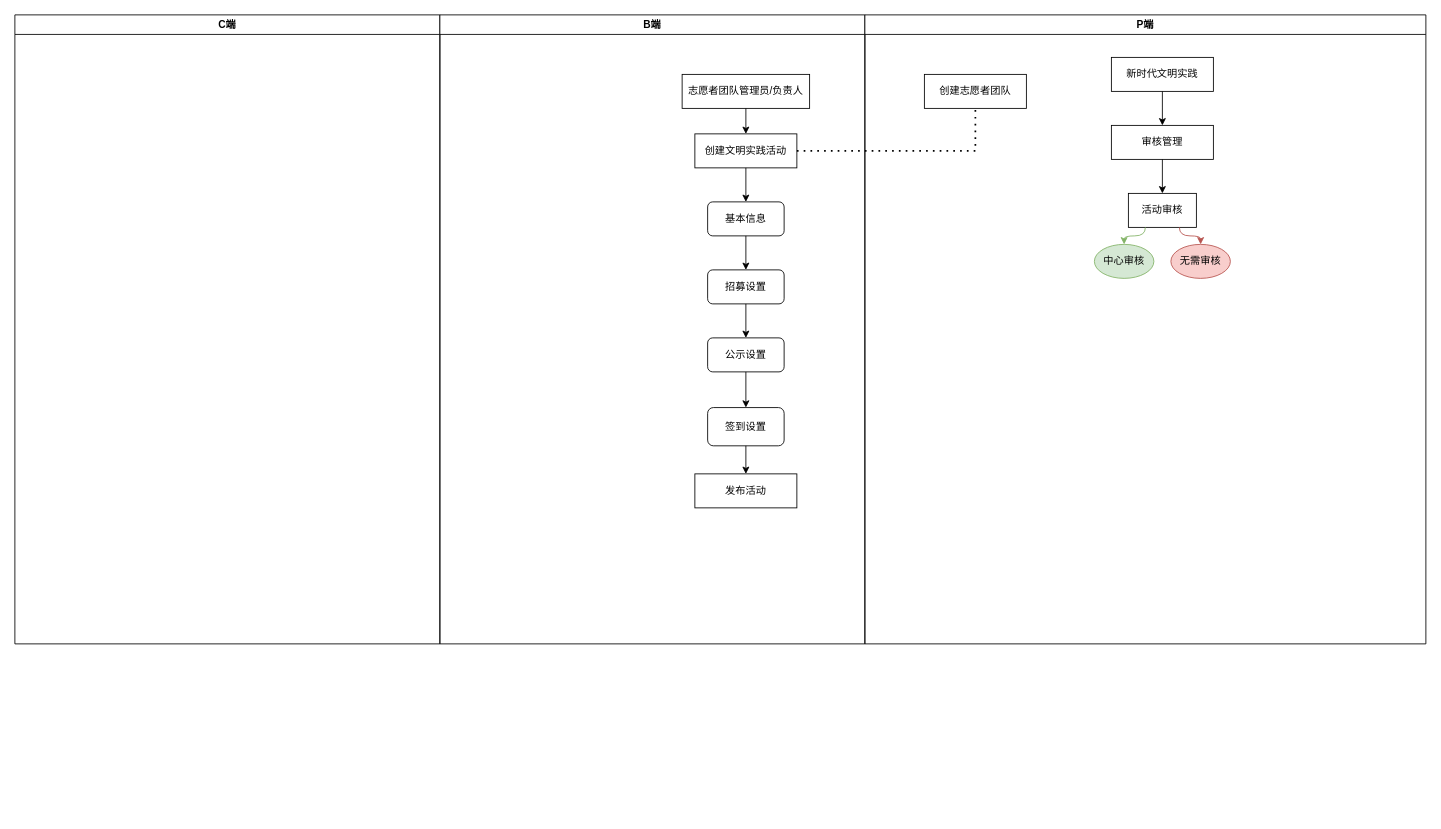
Before: 活动.drawio in KZ137onethe/hello-world, a draw.io diagram. Source tidied: cells renumbered, new cells numbered last; positions are measured from the earlier drawing's top-left corner, leaving out a move shared by most shapes. Both pictures are drawn from the tidied source at 85%, with x=0, y=0 at pixel (14, 14).
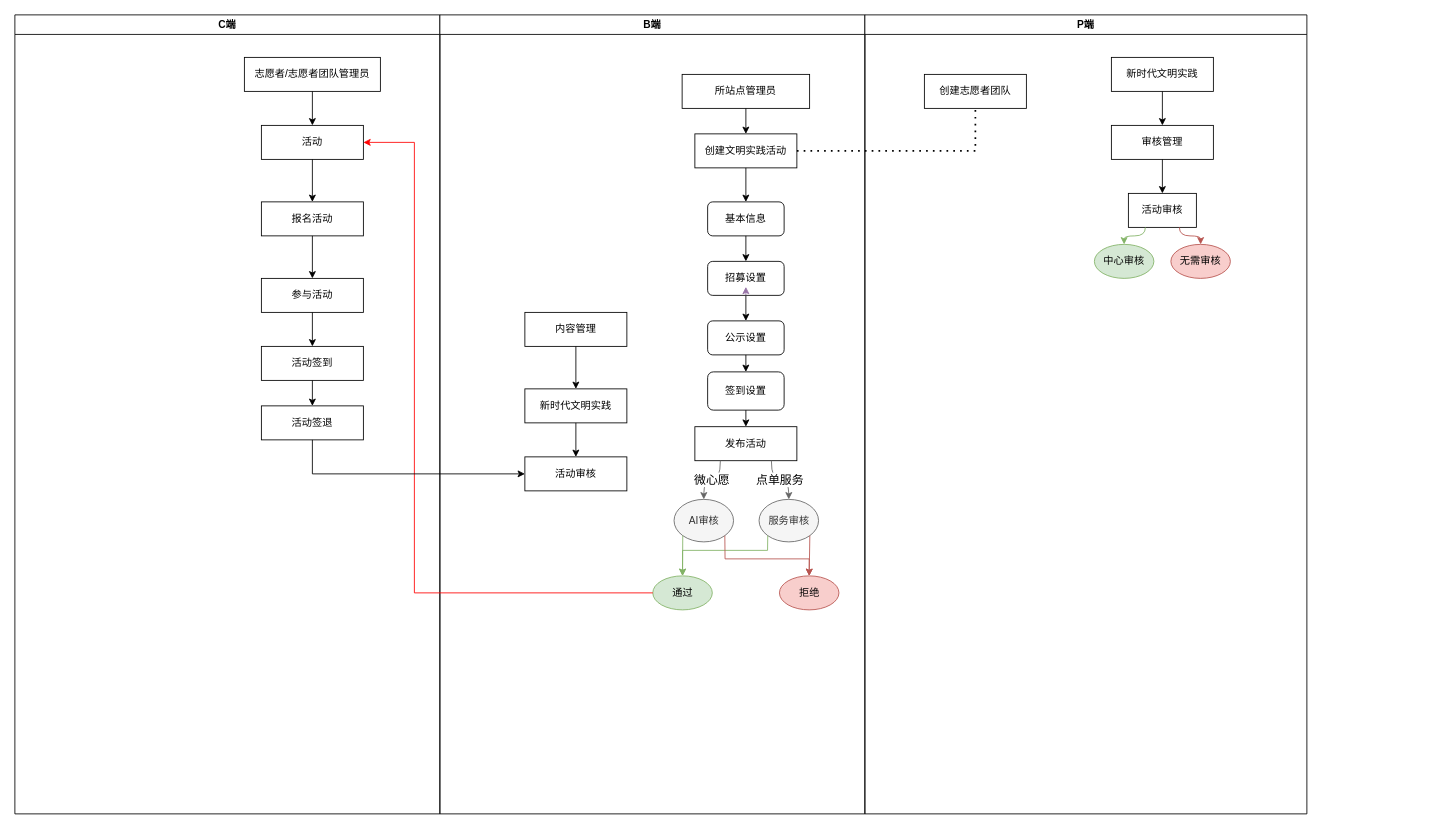
The same page after the edit.

The change refers to these unchanged cells:
```xml
<mxCell id="7" value="基本信息" style="rounded=1;whiteSpace=wrap;html=1;" parent="3" vertex="1">
  <mxGeometry x="315" y="220" width="90" height="40" as="geometry" />
</mxCell>
```

Change to the diagram source:
```diff
@@
     <mxCell id="2" value="C端" style="swimlane;" parent="1" vertex="1">
-      <mxGeometry width="500" height="740" as="geometry" />
+      <mxGeometry width="500" height="940" as="geometry" />
     </mxCell>
+    <mxCell id="30" value="活动" style="rounded=0;whiteSpace=wrap;html=1;" parent="2" vertex="1">
+      <mxGeometry x="290" y="130" width="120" height="40" as="geometry" />
+    </mxCell>
+    <mxCell id="31" value="志愿者/志愿者团队管理员" style="rounded=0;whiteSpace=wrap;html=1;" parent="2" vertex="1">
+      <mxGeometry x="270" y="50" width="160" height="40" as="geometry" />
+    </mxCell>
+    <mxCell id="32" style="endArrow=classic;html=1;rounded=0;strokeColor=#000000;exitX=0.5;exitY=1;exitDx=0;exitDy=0;" parent="2" edge="1" source="31" target="30">
+      <mxGeometry relative="1" as="geometry" />
+    </mxCell>
+    <mxCell id="33" value="报名活动" style="rounded=0;whiteSpace=wrap;html=1;" parent="2" vertex="1">
+      <mxGeometry x="290" y="220" width="120" height="40" as="geometry" />
+    </mxCell>
+    <mxCell id="34" style="endArrow=classic;html=1;rounded=0;strokeColor=#000000;exitX=0.5;exitY=1;exitDx=0;exitDy=0;entryX=0.5;entryY=0;entryDx=0;entryDy=0;" parent="2" edge="1" source="30" target="33">
+      <mxGeometry relative="1" as="geometry" />
+    </mxCell>
+    <mxCell id="35" value="参与活动" style="rounded=0;whiteSpace=wrap;html=1;" parent="2" vertex="1">
+      <mxGeometry x="290" y="310" width="120" height="40" as="geometry" />
+    </mxCell>
+    <mxCell id="36" value="活动签到" style="rounded=0;whiteSpace=wrap;html=1;" parent="2" vertex="1">
+      <mxGeometry x="290" y="390" width="120" height="40" as="geometry" />
+    </mxCell>
+    <mxCell id="37" value="活动签退" style="rounded=0;whiteSpace=wrap;html=1;" parent="2" vertex="1">
+      <mxGeometry x="290" y="460" width="120" height="40" as="geometry" />
+    </mxCell>
+    <mxCell id="38" style="endArrow=classic;html=1;rounded=0;fontSize=14;strokeColor=#000000;exitX=0.5;exitY=1;exitDx=0;exitDy=0;entryX=0.5;entryY=0;entryDx=0;entryDy=0;" parent="2" edge="1" source="35" target="36">
+      <mxGeometry relative="1" as="geometry" />
+    </mxCell>
+    <mxCell id="39" style="endArrow=classic;html=1;rounded=0;fontSize=14;strokeColor=#000000;exitX=0.5;exitY=1;exitDx=0;exitDy=0;entryX=0.5;entryY=0;entryDx=0;entryDy=0;" parent="2" edge="1" source="36" target="37">
+      <mxGeometry relative="1" as="geometry" />
+    </mxCell>
     <mxCell id="3" value="B端" style="swimlane;" parent="1" vertex="1">
-      <mxGeometry x="500" width="500" height="740" as="geometry" />
+      <mxGeometry x="500" width="500" height="940" as="geometry" />
     </mxCell>
-    <mxCell id="4" value="志愿者团队管理员/负责人" style="rounded=0;whiteSpace=wrap;html=1;" parent="3" vertex="1">
+    <mxCell id="4" value="所站点管理员" style="rounded=0;whiteSpace=wrap;html=1;" parent="3" vertex="1">
       <mxGeometry x="285" y="70" width="150" height="40" as="geometry" />
     </mxCell>
@@
     <mxCell id="8" value="公示设置" style="rounded=1;whiteSpace=wrap;html=1;" parent="3" vertex="1">
-      <mxGeometry x="315" y="380" width="90" height="40" as="geometry" />
+      <mxGeometry x="315" y="360" width="90" height="40" as="geometry" />
     </mxCell>
     <mxCell id="9" value="签到设置" style="rounded=1;whiteSpace=wrap;html=1;" parent="3" vertex="1">
-      <mxGeometry x="315" y="462" width="90" height="45" as="geometry" />
+      <mxGeometry x="315" y="420" width="90" height="45" as="geometry" />
     </mxCell>
@@
     <mxCell id="12" value="发布活动" style="rounded=0;whiteSpace=wrap;html=1;" parent="3" vertex="1">
-      <mxGeometry x="300" y="540" width="120" height="40" as="geometry" />
+      <mxGeometry x="300" y="484.5" width="120" height="40" as="geometry" />
     </mxCell>
@@
+    <mxCell id="40" value="AI审核" style="ellipse;whiteSpace=wrap;html=1;fillColor=#f5f5f5;fontColor=#333333;strokeColor=#666666;" parent="3" vertex="1">
+      <mxGeometry x="275.5" y="570" width="70" height="50" as="geometry" />
+    </mxCell>
+    <mxCell id="41" value="&lt;font style=&quot;font-size: 14px&quot;&gt;微心愿&lt;/font&gt;" style="endArrow=classic;html=1;rounded=0;exitX=0.25;exitY=1;exitDx=0;exitDy=0;fillColor=#f5f5f5;strokeColor=#666666;edgeStyle=orthogonalEdgeStyle;curved=1;" parent="3" edge="1" source="12" target="40">
+      <mxGeometry relative="1" as="geometry" />
+    </mxCell>
+    <mxCell id="42" value="服务审核" style="ellipse;whiteSpace=wrap;html=1;fillColor=#f5f5f5;fontColor=#333333;strokeColor=#666666;" parent="3" vertex="1">
+      <mxGeometry x="375.5" y="570" width="70" height="50" as="geometry" />
+    </mxCell>
+    <mxCell id="43" value="&lt;font style=&quot;font-size: 14px&quot;&gt;点单服务&lt;/font&gt;" style="endArrow=classic;html=1;rounded=0;curved=1;exitX=0.75;exitY=1;exitDx=0;exitDy=0;entryX=0.5;entryY=0;entryDx=0;entryDy=0;edgeStyle=orthogonalEdgeStyle;fillColor=#f5f5f5;strokeColor=#666666;" parent="3" edge="1" source="12" target="42">
+      <mxGeometry relative="1" as="geometry" />
+    </mxCell>
+    <mxCell id="44" value="内容管理" style="rounded=0;whiteSpace=wrap;html=1;" parent="3" vertex="1">
+      <mxGeometry x="100" y="350" width="120" height="40" as="geometry" />
+    </mxCell>
+    <mxCell id="45" value="活动审核" style="rounded=0;whiteSpace=wrap;html=1;" parent="3" vertex="1">
+      <mxGeometry x="100" y="520" width="120" height="40" as="geometry" />
+    </mxCell>
+    <mxCell id="46" value="新时代文明实践" style="rounded=0;whiteSpace=wrap;html=1;" parent="3" vertex="1">
+      <mxGeometry x="100" y="440" width="120" height="40" as="geometry" />
+    </mxCell>
+    <mxCell id="47" style="endArrow=classic;html=1;rounded=1;strokeColor=default;exitX=0.5;exitY=1;exitDx=0;exitDy=0;" parent="3" edge="1" source="44" target="46">
+      <mxGeometry relative="1" as="geometry" />
+    </mxCell>
+    <mxCell id="48" style="endArrow=classic;html=1;rounded=1;strokeColor=default;exitX=0.5;exitY=1;exitDx=0;exitDy=0;entryX=0.5;entryY=0;entryDx=0;entryDy=0;" parent="3" edge="1" source="46" target="45">
+      <mxGeometry relative="1" as="geometry" />
+    </mxCell>
+    <mxCell id="49" value="通过" style="ellipse;whiteSpace=wrap;html=1;fillColor=#d5e8d4;strokeColor=#82b366;" parent="3" vertex="1">
+      <mxGeometry x="250.5" y="660" width="70" height="40" as="geometry" />
+    </mxCell>
+    <mxCell id="50" value="拒绝" style="ellipse;whiteSpace=wrap;html=1;fillColor=#f8cecc;strokeColor=#b85450;" parent="3" vertex="1">
+      <mxGeometry x="399.5" y="660" width="70" height="40" as="geometry" />
+    </mxCell>
+    <mxCell id="51" style="endArrow=classic;html=1;rounded=1;strokeColor=#82b366;exitX=0;exitY=1;exitDx=0;exitDy=0;entryX=0.5;entryY=0;entryDx=0;entryDy=0;fillColor=#d5e8d4;" parent="3" edge="1" source="40" target="49">
+      <mxGeometry relative="1" as="geometry" />
+    </mxCell>
+    <mxCell id="27" value="招募设置" style="rounded=1;whiteSpace=wrap;html=1;" parent="3" vertex="1">
+      <mxGeometry x="315" y="290" width="90" height="40" as="geometry" />
+    </mxCell>
+    <mxCell id="28" style="endArrow=classic;html=1;rounded=0;exitX=0.5;exitY=1;exitDx=0;exitDy=0;" parent="3" edge="1" source="7" target="27">
+      <mxGeometry relative="1" as="geometry" />
+    </mxCell>
+    <mxCell id="29" style="endArrow=classic;html=1;rounded=0;exitX=0.5;exitY=1;exitDx=0;exitDy=0;entryX=0.5;entryY=0;entryDx=0;entryDy=0;" parent="3" edge="1" source="27" target="8">
+      <mxGeometry relative="1" as="geometry" />
+    </mxCell>
+    <mxCell id="52" style="endArrow=classic;html=1;rounded=0;strokeColor=#82b366;exitX=0;exitY=1;exitDx=0;exitDy=0;entryX=0.5;entryY=0;entryDx=0;entryDy=0;fillColor=#d5e8d4;" parent="3" edge="1" source="42" target="49">
+      <mxGeometry relative="1" as="geometry">
+        <Array as="points">
+          <mxPoint x="385.5" y="630" />
+          <mxPoint x="285.5" y="630" />
+        </Array>
+      </mxGeometry>
+    </mxCell>
+    <mxCell id="53" style="endArrow=classic;html=1;rounded=0;strokeColor=#b85450;exitX=1;exitY=1;exitDx=0;exitDy=0;fillColor=#f8cecc;" parent="3" edge="1" source="42" target="50">
+      <mxGeometry relative="1" as="geometry" />
+    </mxCell>
+    <mxCell id="54" style="endArrow=classic;html=1;rounded=0;strokeColor=#b85450;exitX=1;exitY=1;exitDx=0;exitDy=0;entryX=0.5;entryY=0;entryDx=0;entryDy=0;fillColor=#f8cecc;" parent="3" edge="1" source="40" target="50">
+      <mxGeometry relative="1" as="geometry">
+        <Array as="points">
+          <mxPoint x="335.5" y="640" />
+          <mxPoint x="434.5" y="640" />
+        </Array>
+      </mxGeometry>
+    </mxCell>
     <mxCell id="14" value="P端" style="swimlane;" parent="1" vertex="1">
-      <mxGeometry x="1000" width="660" height="740" as="geometry" />
+      <mxGeometry x="1000" width="520" height="940" as="geometry" />
     </mxCell>
@@
-    <mxCell id="27" value="招募设置" style="rounded=1;whiteSpace=wrap;html=1;" parent="1" vertex="1">
-      <mxGeometry x="815" y="300" width="90" height="40" as="geometry" />
-    </mxCell>
-    <mxCell id="28" style="endArrow=classic;html=1;rounded=0;exitX=0.5;exitY=1;exitDx=0;exitDy=0;" parent="1" edge="1" source="7" target="27">
-      <mxGeometry relative="1" as="geometry" />
-    </mxCell>
-    <mxCell id="29" style="endArrow=classic;html=1;rounded=0;exitX=0.5;exitY=1;exitDx=0;exitDy=0;entryX=0.5;entryY=0;entryDx=0;entryDy=0;" parent="1" edge="1" source="27" target="8">
-      <mxGeometry relative="1" as="geometry" />
-    </mxCell>
+    <mxCell id="55" style="endArrow=classic;html=1;rounded=0;strokeColor=#FF0000;exitX=0;exitY=0.5;exitDx=0;exitDy=0;entryX=1;entryY=0.5;entryDx=0;entryDy=0;" parent="1" edge="1" source="49" target="30">
+      <mxGeometry relative="1" as="geometry">
+        <Array as="points">
+          <mxPoint x="470" y="680" />
+          <mxPoint x="470" y="150" />
+        </Array>
+      </mxGeometry>
+    </mxCell>
+    <mxCell id="56" style="endArrow=classic;html=1;rounded=0;strokeColor=#000000;exitX=0.5;exitY=1;exitDx=0;exitDy=0;" parent="1" edge="1" source="33">
+      <mxGeometry relative="1" as="geometry">
+        <mxPoint x="350" y="310" as="targetPoint" />
+      </mxGeometry>
+    </mxCell>
+    <mxCell id="57" style="endArrow=classic;html=1;rounded=0;fontSize=14;strokeColor=#000000;exitX=0.5;exitY=1;exitDx=0;exitDy=0;entryX=0;entryY=0.5;entryDx=0;entryDy=0;" parent="1" edge="1" source="37" target="45">
+      <mxGeometry relative="1" as="geometry">
+        <Array as="points">
+          <mxPoint x="350" y="540" />
+        </Array>
+      </mxGeometry>
+    </mxCell>
```
